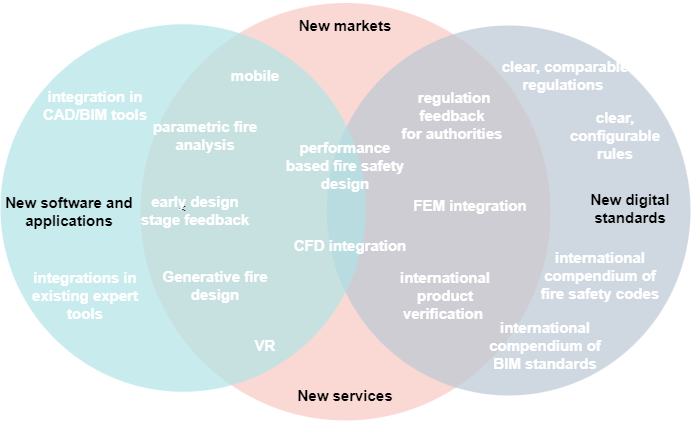
Kristoffernegendahl/fireBIM keeps this draw.io diagram as diagram/Potentials Venn Diagram.drawio.png. Above is the earlier version. Source tidied: cells renumbered, new cells last; positions are measured from the earlier drawing's top-left corner, leaving out a move shared by most shapes.
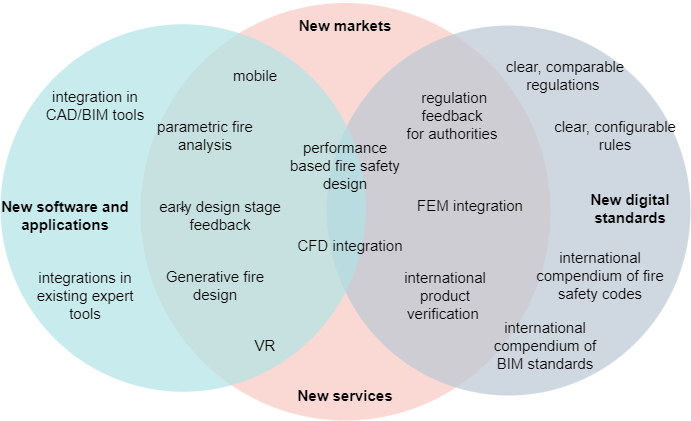
After the commit.

Change to the diagram source:
```diff
@@ -18,57 +18,57 @@
       <mxGeometry x="285" width="120" height="50" as="geometry" />
     </mxCell>
     <mxCell id="7" value="New software and applications" style="rounded=1;whiteSpace=wrap;html=1;arcSize=50;fillColor=none;strokeColor=none;fontStyle=1;fontSize=15;" parent="1" vertex="1">
-      <mxGeometry x="4.3" y="186.2" width="129.7" height="50" as="geometry" />
+      <mxGeometry y="190" width="129.7" height="50" as="geometry" />
     </mxCell>
     <mxCell id="8" value="New services" style="rounded=1;whiteSpace=wrap;html=1;arcSize=50;fillColor=none;strokeColor=none;fontStyle=1;fontSize=15;" parent="1" vertex="1">
       <mxGeometry x="285" y="370" width="120" height="50" as="geometry" />
     </mxCell>
-    <mxCell id="9" value="&lt;font color=&quot;#ffffff&quot;&gt;integrations in existing expert tools&lt;/font&gt;" style="rounded=1;whiteSpace=wrap;html=1;arcSize=50;fillColor=none;strokeColor=none;fontStyle=1;fontSize=15;" parent="1" vertex="1">
+    <mxCell id="9" value="&lt;font&gt;integrations in existing expert tools&lt;/font&gt;" style="rounded=1;whiteSpace=wrap;html=1;arcSize=50;fillColor=none;strokeColor=none;fontStyle=0;fontSize=15;fontColor=#000000;" parent="1" vertex="1">
       <mxGeometry x="20" y="270" width="129.7" height="50" as="geometry" />
     </mxCell>
-    <mxCell id="10" value="&lt;font color=&quot;#ffffff&quot;&gt;VR&lt;/font&gt;" style="rounded=1;whiteSpace=wrap;html=1;arcSize=50;fillColor=none;strokeColor=none;fontStyle=1;fontSize=15;" parent="1" vertex="1">
+    <mxCell id="10" value="&lt;font&gt;VR&lt;/font&gt;" style="rounded=1;whiteSpace=wrap;html=1;arcSize=50;fillColor=none;strokeColor=none;fontStyle=0;fontSize=15;fontColor=#000000;" parent="1" vertex="1">
       <mxGeometry x="200" y="320" width="129.7" height="50" as="geometry" />
     </mxCell>
-    <mxCell id="11" value="&lt;font color=&quot;#ffffff&quot;&gt;integration in CAD/BIM tools&lt;/font&gt;" style="rounded=1;whiteSpace=wrap;html=1;arcSize=50;fillColor=none;strokeColor=none;fontStyle=1;fontSize=15;" parent="1" vertex="1">
+    <mxCell id="11" value="&lt;font&gt;integration in CAD/BIM tools&lt;/font&gt;" style="rounded=1;whiteSpace=wrap;html=1;arcSize=50;fillColor=none;strokeColor=none;fontStyle=0;fontSize=15;fontColor=#000000;" parent="1" vertex="1">
       <mxGeometry x="30" y="80" width="129.7" height="50" as="geometry" />
     </mxCell>
-    <mxCell id="12" value="&lt;font color=&quot;#ffffff&quot;&gt;mobile&lt;/font&gt;" style="rounded=1;whiteSpace=wrap;html=1;arcSize=50;fillColor=none;strokeColor=none;fontStyle=1;fontSize=15;" parent="1" vertex="1">
+    <mxCell id="12" value="&lt;font&gt;mobile&lt;/font&gt;" style="rounded=1;whiteSpace=wrap;html=1;arcSize=50;fillColor=none;strokeColor=none;fontStyle=0;fontSize=15;fontColor=#000000;" parent="1" vertex="1">
       <mxGeometry x="190" y="50" width="129.7" height="50" as="geometry" />
     </mxCell>
-    <mxCell id="13" value="&lt;font color=&quot;#ffffff&quot;&gt;early design stage feedback&lt;/font&gt;" style="rounded=1;whiteSpace=wrap;html=1;arcSize=50;fillColor=none;strokeColor=none;fontStyle=1;fontSize=15;" parent="1" vertex="1">
-      <mxGeometry x="130" y="185" width="129.7" height="50" as="geometry" />
+    <mxCell id="13" value="&lt;font&gt;early design stage feedback&lt;/font&gt;" style="rounded=1;whiteSpace=wrap;html=1;arcSize=50;fillColor=none;strokeColor=none;fontStyle=0;fontSize=15;fontColor=#000000;" parent="1" vertex="1">
+      <mxGeometry x="155.2" y="190" width="129.7" height="50" as="geometry" />
     </mxCell>
-    <mxCell id="14" value="&lt;font color=&quot;#ffffff&quot;&gt;&amp;nbsp;regulation feedback for&amp;nbsp;authorities&lt;/font&gt;" style="rounded=1;whiteSpace=wrap;html=1;arcSize=50;fillColor=none;strokeColor=none;fontStyle=1;fontSize=15;" parent="1" vertex="1">
+    <mxCell id="14" value="&lt;font&gt;&amp;nbsp;regulation feedback for&amp;nbsp;authorities&lt;/font&gt;" style="rounded=1;whiteSpace=wrap;html=1;arcSize=50;fillColor=none;strokeColor=none;fontStyle=0;fontSize=15;fontColor=#000000;" parent="1" vertex="1">
       <mxGeometry x="387.4" y="90" width="129.7" height="50" as="geometry" />
     </mxCell>
-    <mxCell id="15" value="&lt;font color=&quot;#ffffff&quot;&gt;international product verification&amp;nbsp;&lt;/font&gt;" style="rounded=1;whiteSpace=wrap;html=1;arcSize=50;fillColor=none;strokeColor=none;fontStyle=1;fontSize=15;" parent="1" vertex="1">
+    <mxCell id="15" value="&lt;font&gt;international product verification&amp;nbsp;&lt;/font&gt;" style="rounded=1;whiteSpace=wrap;html=1;arcSize=50;fillColor=none;strokeColor=none;fontStyle=0;fontSize=15;fontColor=#000000;" parent="1" vertex="1">
       <mxGeometry x="380" y="270" width="129.7" height="50" as="geometry" />
     </mxCell>
-    <mxCell id="16" value="&lt;font color=&quot;#ffffff&quot;&gt;performance based fire safety design&lt;/font&gt;" style="rounded=1;whiteSpace=wrap;html=1;arcSize=50;fillColor=none;strokeColor=none;fontStyle=1;fontSize=15;" parent="1" vertex="1">
+    <mxCell id="16" value="&lt;font&gt;performance based fire safety design&lt;/font&gt;" style="rounded=1;whiteSpace=wrap;html=1;arcSize=50;fillColor=none;strokeColor=none;fontStyle=0;fontSize=15;fontColor=#000000;" parent="1" vertex="1">
       <mxGeometry x="280.1" y="140" width="129.7" height="50" as="geometry" />
     </mxCell>
-    <mxCell id="17" value="&lt;font color=&quot;#ffffff&quot;&gt;CFD integration&lt;/font&gt;" style="rounded=1;whiteSpace=wrap;html=1;arcSize=50;fillColor=none;strokeColor=none;fontStyle=1;fontSize=15;" parent="1" vertex="1">
+    <mxCell id="17" value="&lt;font&gt;CFD integration&lt;/font&gt;" style="rounded=1;whiteSpace=wrap;html=1;arcSize=50;fillColor=none;strokeColor=none;fontStyle=0;fontSize=15;fontColor=#000000;" parent="1" vertex="1">
       <mxGeometry x="285" y="220" width="129.7" height="50" as="geometry" />
     </mxCell>
-    <mxCell id="18" value="&lt;font color=&quot;#ffffff&quot;&gt;FEM integration&lt;/font&gt;" style="rounded=1;whiteSpace=wrap;html=1;arcSize=50;fillColor=none;strokeColor=none;fontStyle=1;fontSize=15;" parent="1" vertex="1">
+    <mxCell id="18" value="&lt;font&gt;FEM integration&lt;/font&gt;" style="rounded=1;whiteSpace=wrap;html=1;arcSize=50;fillColor=none;strokeColor=none;fontStyle=0;fontSize=15;fontColor=#000000;" parent="1" vertex="1">
       <mxGeometry x="405" y="180" width="129.7" height="50" as="geometry" />
     </mxCell>
-    <mxCell id="19" value="&lt;font color=&quot;#ffffff&quot;&gt;Generative fire design&lt;/font&gt;" style="rounded=1;whiteSpace=wrap;html=1;arcSize=50;fillColor=none;strokeColor=none;fontStyle=1;fontSize=15;" parent="1" vertex="1">
+    <mxCell id="19" value="&lt;font&gt;Generative fire design&lt;/font&gt;" style="rounded=1;whiteSpace=wrap;html=1;arcSize=50;fillColor=none;strokeColor=none;fontStyle=0;fontSize=15;fontColor=#000000;" parent="1" vertex="1">
       <mxGeometry x="149.7" y="260" width="129.7" height="50" as="geometry" />
     </mxCell>
-    <mxCell id="20" value="&lt;font color=&quot;#ffffff&quot;&gt;parametric fire analysis&lt;/font&gt;" style="rounded=1;whiteSpace=wrap;html=1;arcSize=50;fillColor=none;strokeColor=none;fontStyle=1;fontSize=15;" parent="1" vertex="1">
+    <mxCell id="20" value="&lt;font&gt;parametric fire analysis&lt;/font&gt;" style="rounded=1;whiteSpace=wrap;html=1;arcSize=50;fillColor=none;strokeColor=none;fontStyle=0;fontSize=15;fontColor=#000000;" parent="1" vertex="1">
       <mxGeometry x="139.7" y="110" width="129.7" height="50" as="geometry" />
     </mxCell>
-    <mxCell id="21" value="&lt;font color=&quot;#ffffff&quot;&gt;clear, comparable regulations&amp;nbsp;&lt;/font&gt;" style="rounded=1;whiteSpace=wrap;html=1;arcSize=50;fillColor=none;strokeColor=none;fontStyle=1;fontSize=15;" parent="1" vertex="1">
+    <mxCell id="21" value="&lt;font&gt;clear, comparable regulations&amp;nbsp;&lt;/font&gt;" style="rounded=1;whiteSpace=wrap;html=1;arcSize=50;fillColor=none;strokeColor=none;fontStyle=0;fontSize=15;fontColor=#000000;" parent="1" vertex="1">
       <mxGeometry x="500" y="50" width="129.7" height="50" as="geometry" />
     </mxCell>
-    <mxCell id="22" value="&lt;font color=&quot;#ffffff&quot;&gt;international compendium of fire safety codes&lt;/font&gt;" style="rounded=1;whiteSpace=wrap;html=1;arcSize=50;fillColor=none;strokeColor=none;fontStyle=1;fontSize=15;" parent="1" vertex="1">
+    <mxCell id="22" value="&lt;font&gt;international compendium of fire safety codes&lt;/font&gt;" style="rounded=1;whiteSpace=wrap;html=1;arcSize=50;fillColor=none;strokeColor=none;fontStyle=0;fontSize=15;fontColor=#000000;" parent="1" vertex="1">
       <mxGeometry x="534.7" y="250" width="129.7" height="50" as="geometry" />
     </mxCell>
-    <mxCell id="23" value="&lt;font color=&quot;#ffffff&quot;&gt;international compendium of BIM standards&lt;/font&gt;" style="rounded=1;whiteSpace=wrap;html=1;arcSize=50;fillColor=none;strokeColor=none;fontStyle=1;fontSize=15;" parent="1" vertex="1">
+    <mxCell id="23" value="&lt;font&gt;international compendium of BIM standards&lt;/font&gt;" style="rounded=1;whiteSpace=wrap;html=1;arcSize=50;fillColor=none;strokeColor=none;fontStyle=0;fontSize=15;fontColor=#000000;" parent="1" vertex="1">
       <mxGeometry x="480" y="320" width="129.7" height="50" as="geometry" />
     </mxCell>
-    <mxCell id="24" value="&lt;font color=&quot;#ffffff&quot;&gt;clear, configurable rules&lt;/font&gt;" style="rounded=1;whiteSpace=wrap;html=1;arcSize=50;fillColor=none;strokeColor=none;fontStyle=1;fontSize=15;" parent="1" vertex="1">
+    <mxCell id="24" value="&lt;font&gt;clear, configurable rules&lt;/font&gt;" style="rounded=1;whiteSpace=wrap;html=1;arcSize=50;fillColor=none;strokeColor=none;fontStyle=0;fontSize=15;fontColor=#000000;" parent="1" vertex="1">
       <mxGeometry x="550" y="110" width="129.7" height="50" as="geometry" />
     </mxCell>
   </root>
```
